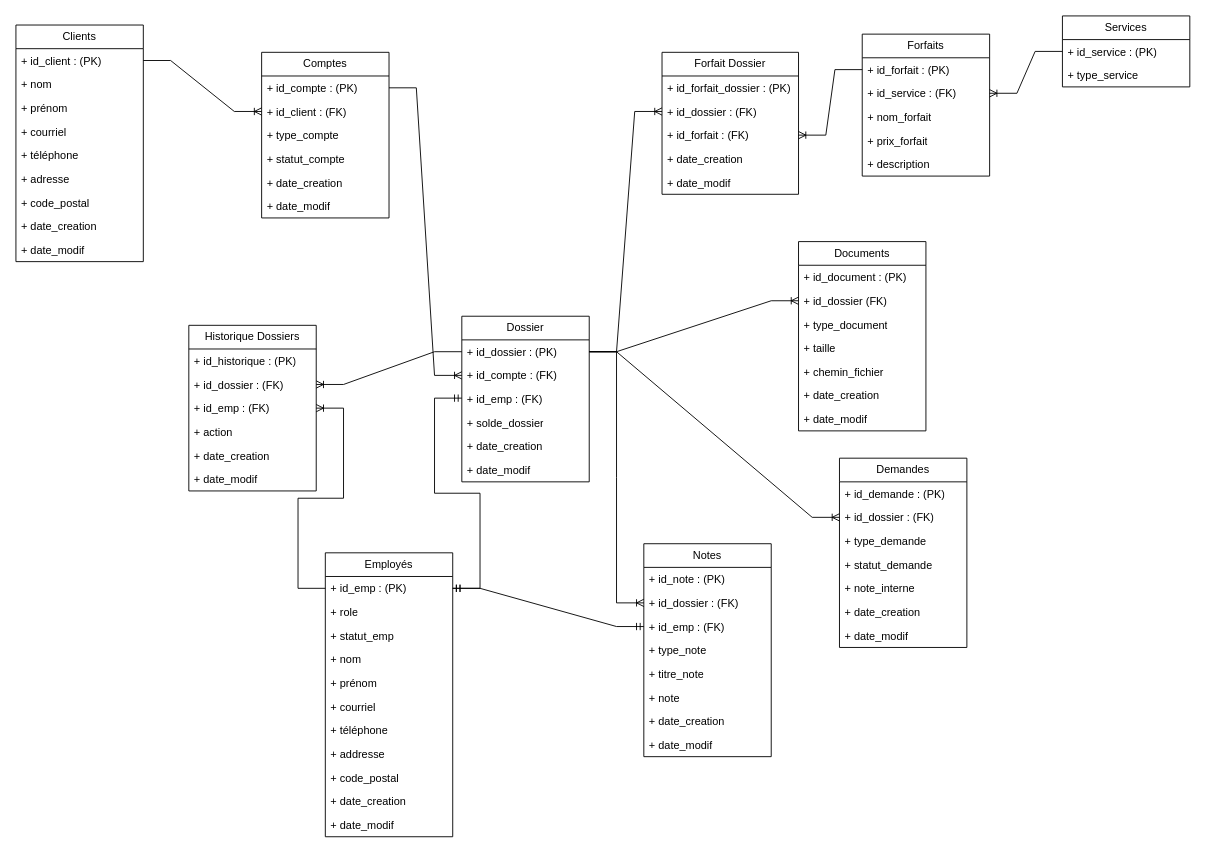
JeHudon/BelleVibe keeps this draw.io diagram as Mandat 1 - Planification/BelleVibe Modèle Relationnel.drawio. Above is the earlier version. Source tidied: cells renumbered, new cells numbered last; positions are measured from the earlier drawing's top-left corner, leaving out a move shared by most shapes. Both pictures are drawn from the tidied source at 91%, with x=0, y=0 at pixel (15, 15).
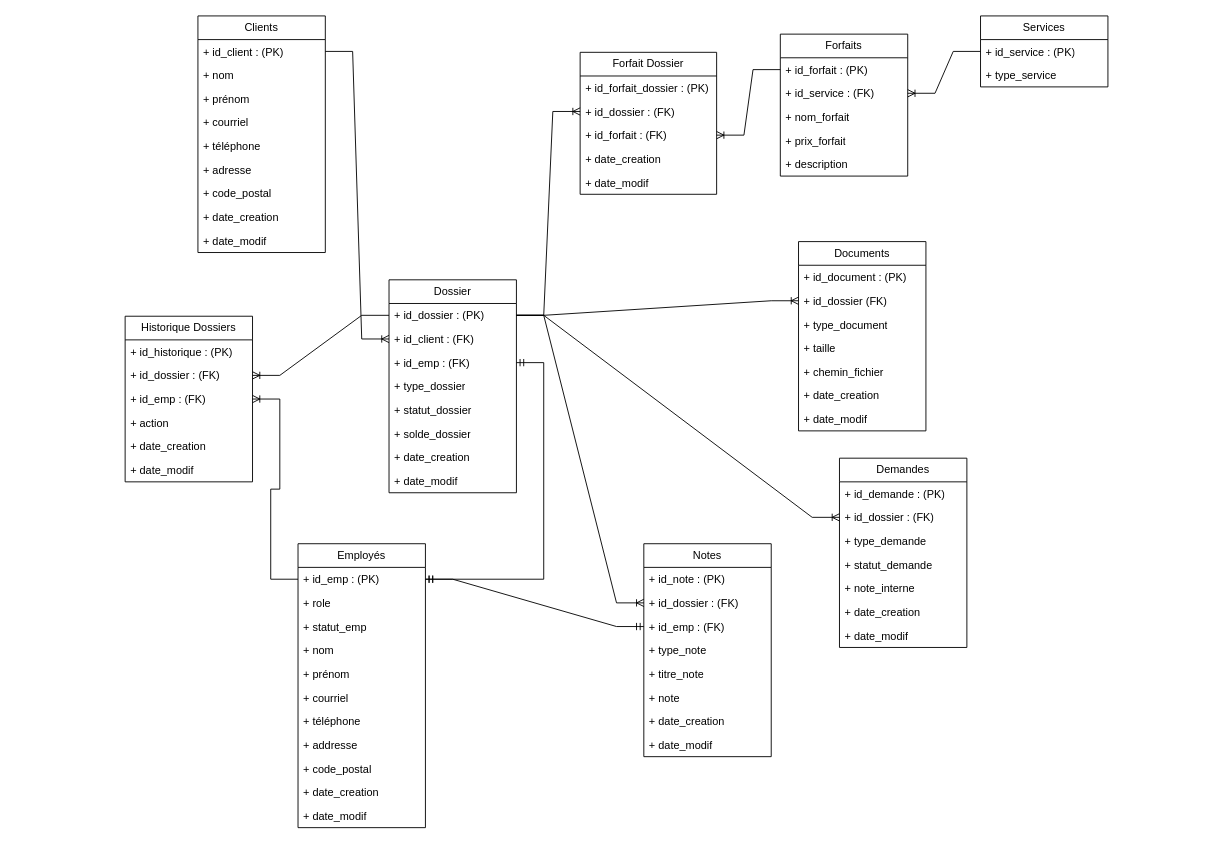
Above is the later version.

Commit message (it also covers changes not shown here):
MODIFICATION APRES MANDAT : fusion de compte et dossier puisque pas nécessaire

Unchanged cells that the change refers to:
```xml
<mxCell id="3" value="+ id_client : (PK)" style="text;strokeColor=none;fillColor=none;align=left;verticalAlign=top;spacingLeft=4;spacingRight=4;overflow=hidden;points=[[0,0.5],[1,0.5]];portConstraint=eastwest;whiteSpace=wrap;html=1;" parent="2" vertex="1">
  <mxGeometry y="26" width="140" height="26" as="geometry" />
</mxCell>
<mxCell id="13" value="+ id_emp : (PK)" style="text;strokeColor=none;fillColor=none;align=left;verticalAlign=top;spacingLeft=4;spacingRight=4;overflow=hidden;points=[[0,0.5],[1,0.5]];portConstraint=eastwest;whiteSpace=wrap;html=1;" parent="12" vertex="1">
  <mxGeometry y="26" width="140" height="26" as="geometry" />
</mxCell>
<mxCell id="42" value="+ id_emp : (FK)" style="text;strokeColor=none;fillColor=none;align=left;verticalAlign=top;spacingLeft=4;spacingRight=4;overflow=hidden;points=[[0,0.5],[1,0.5]];portConstraint=eastwest;whiteSpace=wrap;html=1;" parent="39" vertex="1">
  <mxGeometry y="78" width="140" height="26" as="geometry" />
</mxCell>
```

The edit, as a diff of the source:
```diff
@@
     <mxCell id="2" value="Clients" style="swimlane;fontStyle=0;horizontal=1;startSize=26;fillColor=none;whiteSpace=wrap;html=1;" parent="1" vertex="1">
-      <mxGeometry y="10" width="140" height="260" as="geometry" />
+      <mxGeometry x="200" width="140" height="260" as="geometry" />
     </mxCell>
@@
     <mxCell id="12" value="Employés" style="swimlane;fontStyle=0;horizontal=1;startSize=26;fillColor=none;whiteSpace=wrap;html=1;" parent="1" vertex="1">
-      <mxGeometry x="340" y="590" width="140" height="312" as="geometry" />
+      <mxGeometry x="310" y="580" width="140" height="312" as="geometry" />
     </mxCell>
@@
-    <mxCell id="24" value="Comptes" style="swimlane;fontStyle=0;horizontal=1;startSize=26;fillColor=none;whiteSpace=wrap;html=1;" parent="1" vertex="1">
-      <mxGeometry x="270" y="40" width="140" height="182" as="geometry" />
-    </mxCell>
-    <mxCell id="25" value="+ id_compte : (PK)" style="text;strokeColor=none;fillColor=none;align=left;verticalAlign=top;spacingLeft=4;spacingRight=4;overflow=hidden;points=[[0,0.5],[1,0.5]];portConstraint=eastwest;whiteSpace=wrap;html=1;" parent="24" vertex="1">
-      <mxGeometry y="26" width="140" height="26" as="geometry" />
-    </mxCell>
-    <mxCell id="26" value="+ id_client : (FK)" style="text;strokeColor=none;fillColor=none;align=left;verticalAlign=top;spacingLeft=4;spacingRight=4;overflow=hidden;points=[[0,0.5],[1,0.5]];portConstraint=eastwest;whiteSpace=wrap;html=1;" parent="24" vertex="1">
-      <mxGeometry y="52" width="140" height="26" as="geometry" />
-    </mxCell>
-    <mxCell id="27" value="+ type_compte" style="text;strokeColor=none;fillColor=none;align=left;verticalAlign=top;spacingLeft=4;spacingRight=4;overflow=hidden;whiteSpace=wrap;html=1;" parent="24" vertex="1">
-      <mxGeometry y="78" width="140" height="26" as="geometry" />
-    </mxCell>
-    <mxCell id="28" value="+ statut_compte" style="text;strokeColor=none;fillColor=none;align=left;verticalAlign=top;spacingLeft=4;spacingRight=4;overflow=hidden;whiteSpace=wrap;html=1;" parent="24" vertex="1">
-      <mxGeometry y="104" width="140" height="26" as="geometry" />
-    </mxCell>
-    <mxCell id="29" value="+ date_c&lt;span style=&quot;background-color: transparent; color: light-dark(rgb(0, 0, 0), rgb(255, 255, 255));&quot;&gt;reation&lt;/span&gt;" style="text;strokeColor=none;fillColor=none;align=left;verticalAlign=top;spacingLeft=4;spacingRight=4;overflow=hidden;whiteSpace=wrap;html=1;" parent="24" vertex="1">
-      <mxGeometry y="130" width="140" height="26" as="geometry" />
-    </mxCell>
-    <mxCell id="30" value="+ date_modif" style="text;strokeColor=none;fillColor=none;align=left;verticalAlign=top;spacingLeft=4;spacingRight=4;overflow=hidden;whiteSpace=wrap;html=1;" parent="24" vertex="1">
-      <mxGeometry y="156" width="140" height="26" as="geometry" />
-    </mxCell>
@@
     <mxCell id="39" value="Dossier" style="swimlane;fontStyle=0;horizontal=1;startSize=26;fillColor=none;whiteSpace=wrap;html=1;" parent="1" vertex="1">
-      <mxGeometry x="490" y="330" width="140" height="182" as="geometry" />
+      <mxGeometry x="410" y="290" width="140" height="234" as="geometry" />
     </mxCell>
@@
-    <mxCell id="41" value="+ id_compte : (FK)" style="text;strokeColor=none;fillColor=none;align=left;verticalAlign=top;spacingLeft=4;spacingRight=4;overflow=hidden;points=[[0,0.5],[1,0.5]];portConstraint=eastwest;whiteSpace=wrap;html=1;" parent="39" vertex="1">
+    <mxCell id="41" value="+ id_client : (FK)" style="text;strokeColor=none;fillColor=none;align=left;verticalAlign=top;spacingLeft=4;spacingRight=4;overflow=hidden;points=[[0,0.5],[1,0.5]];portConstraint=eastwest;whiteSpace=wrap;html=1;" parent="39" vertex="1">
       <mxGeometry y="52" width="140" height="26" as="geometry" />
     </mxCell>
@@
+    <mxCell id="27" value="+ type_dossier" style="text;strokeColor=none;fillColor=none;align=left;verticalAlign=top;spacingLeft=4;spacingRight=4;overflow=hidden;whiteSpace=wrap;html=1;" parent="39" vertex="1">
+      <mxGeometry y="104" width="140" height="26" as="geometry" />
+    </mxCell>
+    <mxCell id="28" value="+ statut_dossier" style="text;strokeColor=none;fillColor=none;align=left;verticalAlign=top;spacingLeft=4;spacingRight=4;overflow=hidden;whiteSpace=wrap;html=1;" parent="39" vertex="1">
+      <mxGeometry y="130" width="140" height="26" as="geometry" />
+    </mxCell>
     <mxCell id="43" value="&lt;div&gt;+ solde_dossier&lt;/div&gt;" style="text;strokeColor=none;fillColor=none;align=left;verticalAlign=top;spacingLeft=4;spacingRight=4;overflow=hidden;whiteSpace=wrap;html=1;" parent="39" vertex="1">
-      <mxGeometry y="104" width="140" height="26" as="geometry" />
+      <mxGeometry y="156" width="140" height="26" as="geometry" />
     </mxCell>
     <mxCell id="44" value="+ date_creation&lt;div&gt;&lt;br&gt;&lt;/div&gt;" style="text;strokeColor=none;fillColor=none;align=left;verticalAlign=top;spacingLeft=4;spacingRight=4;overflow=hidden;whiteSpace=wrap;html=1;" parent="39" vertex="1">
-      <mxGeometry y="130" width="140" height="26" as="geometry" />
+      <mxGeometry y="182" width="140" height="26" as="geometry" />
     </mxCell>
     <mxCell id="45" value="+ date_modif" style="text;strokeColor=none;fillColor=none;align=left;verticalAlign=top;spacingLeft=4;spacingRight=4;overflow=hidden;whiteSpace=wrap;html=1;" parent="39" vertex="1">
-      <mxGeometry y="156" width="140" height="26" as="geometry" />
+      <mxGeometry y="208" width="140" height="26" as="geometry" />
     </mxCell>
@@
-    <mxCell id="54" style="edgeStyle=entityRelationEdgeStyle;fontSize=12;html=1;endArrow=ERoneToMany;rounded=0;exitX=1;exitY=0.5;exitDx=0;exitDy=0;entryX=0;entryY=0.5;entryDx=0;entryDy=0;" parent="1" edge="1" source="3" target="26">
+    <mxCell id="54" style="edgeStyle=entityRelationEdgeStyle;fontSize=12;html=1;endArrow=ERoneToMany;rounded=0;exitX=1;exitY=0.5;exitDx=0;exitDy=0;entryX=0;entryY=0.5;entryDx=0;entryDy=0;" parent="1" edge="1" source="3" target="41">
       <mxGeometry relative="1" as="geometry" />
     </mxCell>
@@
-    <mxCell id="60" style="edgeStyle=entityRelationEdgeStyle;fontSize=12;html=1;endArrow=ERoneToMany;rounded=0;entryX=0;entryY=0.5;entryDx=0;entryDy=0;exitX=1;exitY=0.5;exitDx=0;exitDy=0;" parent="1" edge="1" source="25" target="41">
-      <mxGeometry relative="1" as="geometry" />
-    </mxCell>
     <mxCell id="61" value="Services" style="swimlane;fontStyle=0;horizontal=1;startSize=26;fillColor=none;whiteSpace=wrap;html=1;" parent="1" vertex="1">
-      <mxGeometry x="1150" width="140" height="78" as="geometry" />
+      <mxGeometry x="1060" width="140" height="78" as="geometry" />
     </mxCell>
@@
     <mxCell id="64" value="Forfaits" style="swimlane;fontStyle=0;horizontal=1;startSize=26;fillColor=none;whiteSpace=wrap;html=1;" parent="1" vertex="1">
-      <mxGeometry x="930" y="20" width="140" height="156" as="geometry" />
+      <mxGeometry x="840" y="20" width="140" height="156" as="geometry" />
     </mxCell>
@@
     <mxCell id="70" value="Forfait Dossier" style="swimlane;fontStyle=0;horizontal=1;startSize=26;fillColor=none;whiteSpace=wrap;html=1;" parent="1" vertex="1">
-      <mxGeometry x="710" y="40" width="150" height="156" as="geometry" />
+      <mxGeometry x="620" y="40" width="150" height="156" as="geometry" />
     </mxCell>
@@
-    <mxCell id="79" style="edgeStyle=entityRelationEdgeStyle;fontSize=12;html=1;endArrow=ERmandOne;startArrow=ERmandOne;rounded=0;entryX=1;entryY=0.5;entryDx=0;entryDy=0;exitX=1;exitY=0.5;exitDx=0;exitDy=0;" parent="1" edge="1" source="13">
-      <mxGeometry relative="1" as="geometry">
-        <mxPoint x="490" y="420" as="targetPoint" />
-      </mxGeometry>
+    <mxCell id="79" style="edgeStyle=entityRelationEdgeStyle;fontSize=12;html=1;endArrow=ERmandOne;startArrow=ERmandOne;rounded=0;exitX=1;exitY=0.5;exitDx=0;exitDy=0;" parent="1" edge="1" source="13" target="42">
+      <mxGeometry relative="1" as="geometry" />
     </mxCell>
     <mxCell id="80" value="Historique Dossiers" style="swimlane;fontStyle=0;horizontal=1;startSize=26;fillColor=none;whiteSpace=wrap;html=1;" parent="1" vertex="1">
-      <mxGeometry x="190" y="340" width="140" height="182" as="geometry" />
+      <mxGeometry x="120" y="330" width="140" height="182" as="geometry" />
     </mxCell>
```
